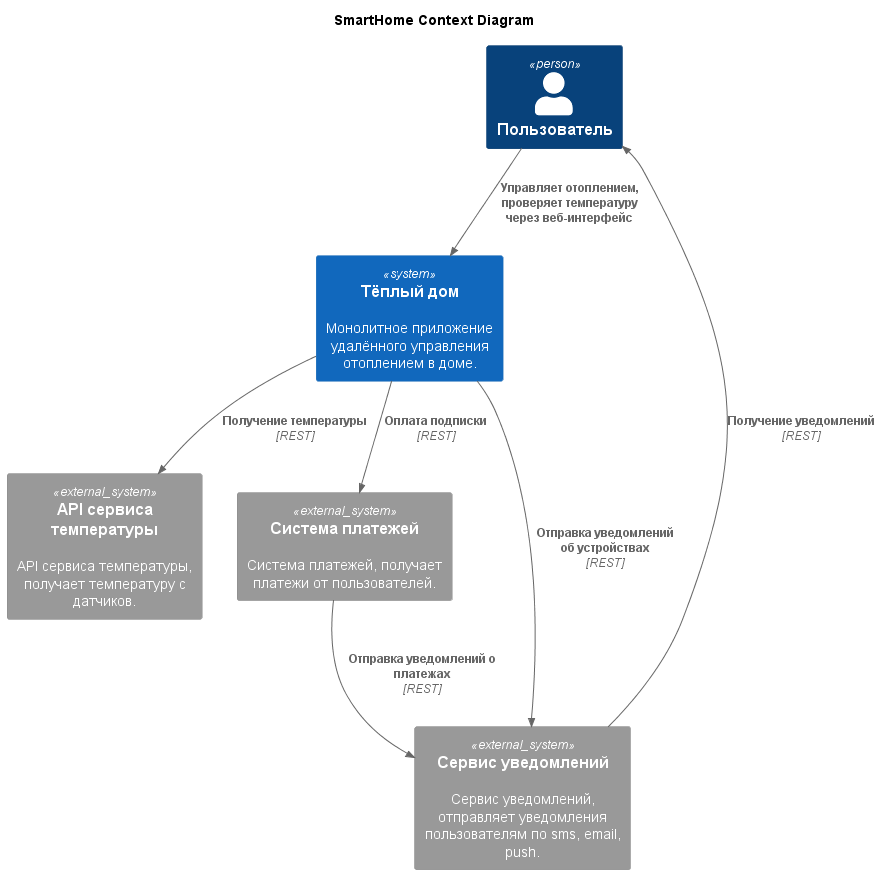
This is apps/diagrams/context/context.png from yaspichihin/ydx_arch_sprint_1, a PlantUML export, as it was before one commit.
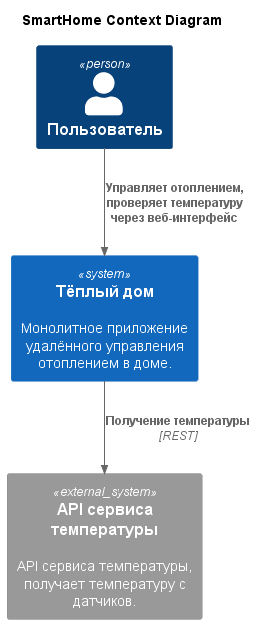
After the change.

Diff of the diagram source:
```diff
@@ -6,17 +6,10 @@
 !include https://raw.githubusercontent.com/plantuml-stdlib/C4-PlantUML/master/C4_Context.puml
 
 Person(smarthome_user, "Пользователь")
-
 System(smarthome_app, "Тёплый дом", "Монолитное приложение удалённого управления отоплением в доме.")
 System_Ext(temperature_service, "API сервиса температуры", "API сервиса температуры, получает температуру с датчиков.")
-System_Ext(payment_system, "Система платежей", "Система платежей, получает платежи от пользователей.")
-System_Ext(notification_system, "Сервис уведомлений", "Сервис уведомлений, отправляет уведомления пользователям по sms, email, push.")
 
 Rel(smarthome_user, smarthome_app, "Управляет отоплением, проверяет температуру через веб-интерфейс")
 Rel(smarthome_app, temperature_service, "Получение температуры", "REST")
-Rel(smarthome_app, payment_system, "Оплата подписки", "REST")
-Rel(payment_system, notification_system, "Отправка уведомлений о платежах", "REST")
-Rel(smarthome_app, notification_system, "Отправка уведомлений об устройствах", "REST")
-Rel(notification_system, smarthome_user, "Получение уведомлений", "REST")
 
 @enduml
```
